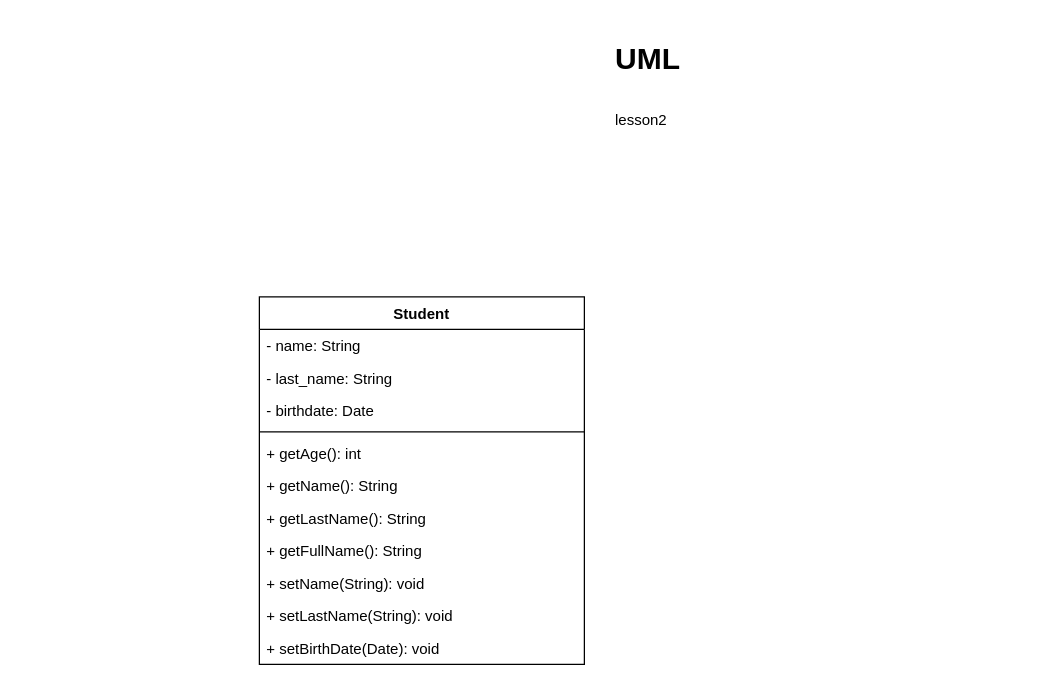
centrodph/Diagrams keeps this draw.io diagram as analisis_sistemas_c2.drawio. Above is the earlier version. Source tidied: cells renumbered, new cells numbered last; positions are measured from the earlier drawing's top-left corner, leaving out a move shared by most shapes. Both pictures are drawn from the tidied source at 125%, with x=0, y=0 at pixel (259, 34).
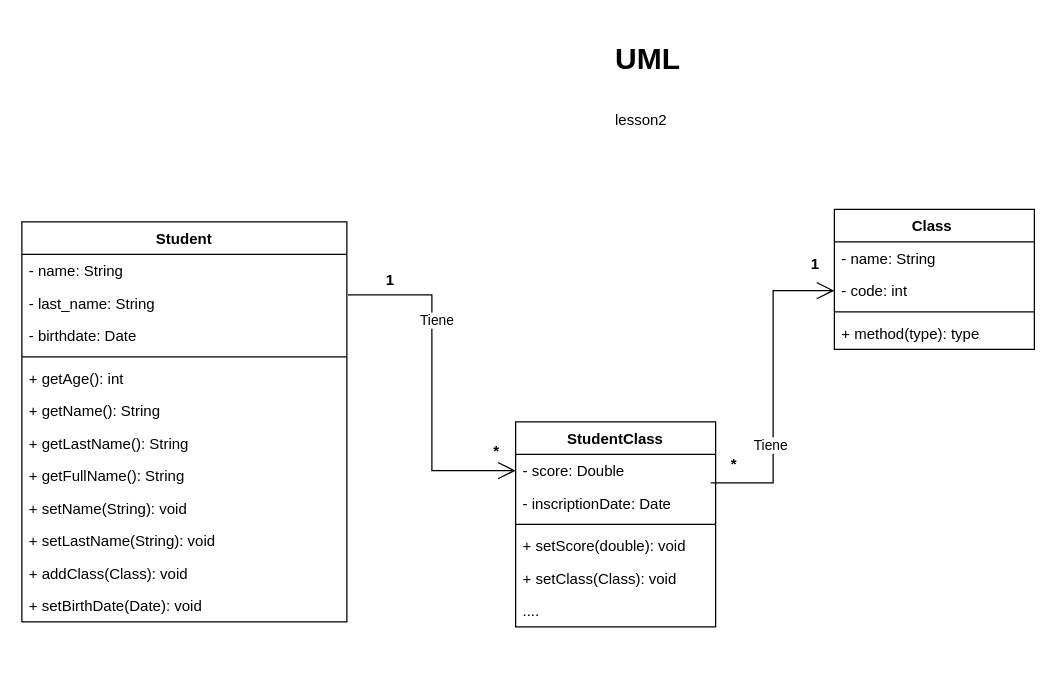
The same diagram, later.

Unchanged cells that the change refers to:
```xml
<mxCell id="4" value="- last_name: String" style="text;strokeColor=none;fillColor=none;align=left;verticalAlign=top;spacingLeft=4;spacingRight=4;overflow=hidden;points=[[0,0.5],[1,0.5]];portConstraint=eastwest;" parent="2" vertex="1">
  <mxGeometry y="52" width="260" height="26" as="geometry" />
</mxCell>
```

The edit, as a diff of the source:
```diff
@@
     <mxCell id="2" value="Student" style="swimlane;fontStyle=1;align=center;verticalAlign=top;horizontal=1;startSize=26;" parent="1" vertex="1">
-      <mxGeometry y="210" width="260" height="294" as="geometry" />
+      <mxGeometry x="-190" y="150" width="260" height="320" as="geometry" />
     </mxCell>
@@
+    <mxCell id="15" value="+ addClass(Class): void" style="text;strokeColor=none;fillColor=none;align=left;verticalAlign=top;spacingLeft=4;spacingRight=4;overflow=hidden;" parent="2" vertex="1">
+      <mxGeometry y="268" width="260" height="26" as="geometry" />
+    </mxCell>
     <mxCell id="13" value="+ setBirthDate(Date): void" style="text;strokeColor=none;fillColor=none;align=left;verticalAlign=top;spacingLeft=4;spacingRight=4;overflow=hidden;" parent="2" vertex="1">
-      <mxGeometry y="268" width="260" height="26" as="geometry" />
+      <mxGeometry y="294" width="260" height="26" as="geometry" />
     </mxCell>
@@
+    <mxCell id="16" value="Class " style="swimlane;fontStyle=1;align=center;verticalAlign=top;horizontal=1;startSize=26;" parent="1" vertex="1">
+      <mxGeometry x="460" y="140" width="160" height="112" as="geometry" />
+    </mxCell>
+    <mxCell id="17" value="- name: String" style="text;strokeColor=none;fillColor=none;align=left;verticalAlign=top;spacingLeft=4;spacingRight=4;overflow=hidden;" parent="16" vertex="1">
+      <mxGeometry y="26" width="160" height="26" as="geometry" />
+    </mxCell>
+    <mxCell id="18" value="- code: int" style="text;strokeColor=none;fillColor=none;align=left;verticalAlign=top;spacingLeft=4;spacingRight=4;overflow=hidden;points=[[0,0.5],[1,0.5]];portConstraint=eastwest;" parent="16" vertex="1">
+      <mxGeometry y="52" width="160" height="26" as="geometry" />
+    </mxCell>
+    <mxCell id="19" style="line;strokeWidth=1;fillColor=none;align=left;verticalAlign=middle;spacingTop=-1;spacingLeft=3;spacingRight=3;labelPosition=right;" parent="16" vertex="1">
+      <mxGeometry y="78" width="160" height="8" as="geometry" />
+    </mxCell>
+    <mxCell id="20" value="+ method(type): type" style="text;strokeColor=none;fillColor=none;align=left;verticalAlign=top;spacingLeft=4;spacingRight=4;overflow=hidden;" parent="16" vertex="1">
+      <mxGeometry y="86" width="160" height="26" as="geometry" />
+    </mxCell>
+    <mxCell id="21" style="endArrow=open;endFill=1;endSize=12;html=1;rounded=0;entryX=0;entryY=0.5;entryDx=0;entryDy=0;edgeStyle=elbowEdgeStyle;exitX=1.003;exitY=0.246;exitDx=0;exitDy=0;exitPerimeter=0;" parent="1" edge="1" source="4" target="26">
+      <mxGeometry relative="1" as="geometry" />
+    </mxCell>
+    <mxCell id="22" value="Tiene" style="edgeLabel;html=1;align=center;verticalAlign=middle;" parent="21" vertex="1">
+      <mxGeometry x="-0.37" y="3" relative="1" as="geometry" />
+    </mxCell>
+    <mxCell id="23" value="1" style="text;align=center;fontStyle=1;verticalAlign=middle;spacingLeft=3;spacingRight=3;strokeColor=none;" parent="1" vertex="1">
+      <mxGeometry x="90" y="183" width="30" height="26" as="geometry" />
+    </mxCell>
+    <mxCell id="24" value="*" style="text;align=center;fontStyle=1;verticalAlign=middle;spacingLeft=3;spacingRight=3;strokeColor=none;" parent="1" vertex="1">
+      <mxGeometry x="175" y="320" width="30" height="26" as="geometry" />
+    </mxCell>
+    <mxCell id="25" value="StudentClass" style="swimlane;fontStyle=1;align=center;verticalAlign=top;horizontal=1;startSize=26;" parent="1" vertex="1">
+      <mxGeometry x="205" y="310" width="160" height="164" as="geometry" />
+    </mxCell>
+    <mxCell id="26" value="- score: Double" style="text;strokeColor=none;fillColor=none;align=left;verticalAlign=top;spacingLeft=4;spacingRight=4;overflow=hidden;points=[[0,0.5],[1,0.5]];portConstraint=eastwest;" parent="25" vertex="1">
+      <mxGeometry y="26" width="160" height="26" as="geometry" />
+    </mxCell>
+    <mxCell id="27" value="- inscriptionDate: Date" style="text;strokeColor=none;fillColor=none;align=left;verticalAlign=top;spacingLeft=4;spacingRight=4;overflow=hidden;points=[[0,0.5],[1,0.5]];portConstraint=eastwest;" parent="25" vertex="1">
+      <mxGeometry y="52" width="160" height="26" as="geometry" />
+    </mxCell>
+    <mxCell id="28" style="line;strokeWidth=1;fillColor=none;align=left;verticalAlign=middle;spacingTop=-1;spacingLeft=3;spacingRight=3;labelPosition=right;" parent="25" vertex="1">
+      <mxGeometry y="78" width="160" height="8" as="geometry" />
+    </mxCell>
+    <mxCell id="29" value="+ setScore(double): void" style="text;strokeColor=none;fillColor=none;align=left;verticalAlign=top;spacingLeft=4;spacingRight=4;overflow=hidden;" parent="25" vertex="1">
+      <mxGeometry y="86" width="160" height="26" as="geometry" />
+    </mxCell>
+    <mxCell id="30" value="+ setClass(Class): void" style="text;strokeColor=none;fillColor=none;align=left;verticalAlign=top;spacingLeft=4;spacingRight=4;overflow=hidden;" parent="25" vertex="1">
+      <mxGeometry y="112" width="160" height="26" as="geometry" />
+    </mxCell>
+    <mxCell id="31" value="...." style="text;strokeColor=none;fillColor=none;align=left;verticalAlign=top;spacingLeft=4;spacingRight=4;overflow=hidden;" parent="25" vertex="1">
+      <mxGeometry y="138" width="160" height="26" as="geometry" />
+    </mxCell>
+    <mxCell id="32" style="endArrow=open;endFill=1;endSize=12;html=1;rounded=0;entryX=0;entryY=0.5;entryDx=0;entryDy=0;edgeStyle=elbowEdgeStyle;exitX=0.976;exitY=-0.123;exitDx=0;exitDy=0;exitPerimeter=0;" parent="1" edge="1" source="27" target="18">
+      <mxGeometry relative="1" as="geometry" />
+    </mxCell>
+    <mxCell id="33" value="Tiene" style="edgeLabel;html=1;align=center;verticalAlign=middle;" parent="32" vertex="1">
+      <mxGeometry x="-0.37" y="3" relative="1" as="geometry" />
+    </mxCell>
+    <mxCell id="34" value="1" style="text;align=center;fontStyle=1;verticalAlign=middle;spacingLeft=3;spacingRight=3;strokeColor=none;" parent="1" vertex="1">
+      <mxGeometry x="430" y="170" width="30" height="26" as="geometry" />
+    </mxCell>
+    <mxCell id="35" value="*" style="text;align=center;fontStyle=1;verticalAlign=middle;spacingLeft=3;spacingRight=3;strokeColor=none;" parent="1" vertex="1">
+      <mxGeometry x="365" y="330" width="30" height="26" as="geometry" />
+    </mxCell>
```
